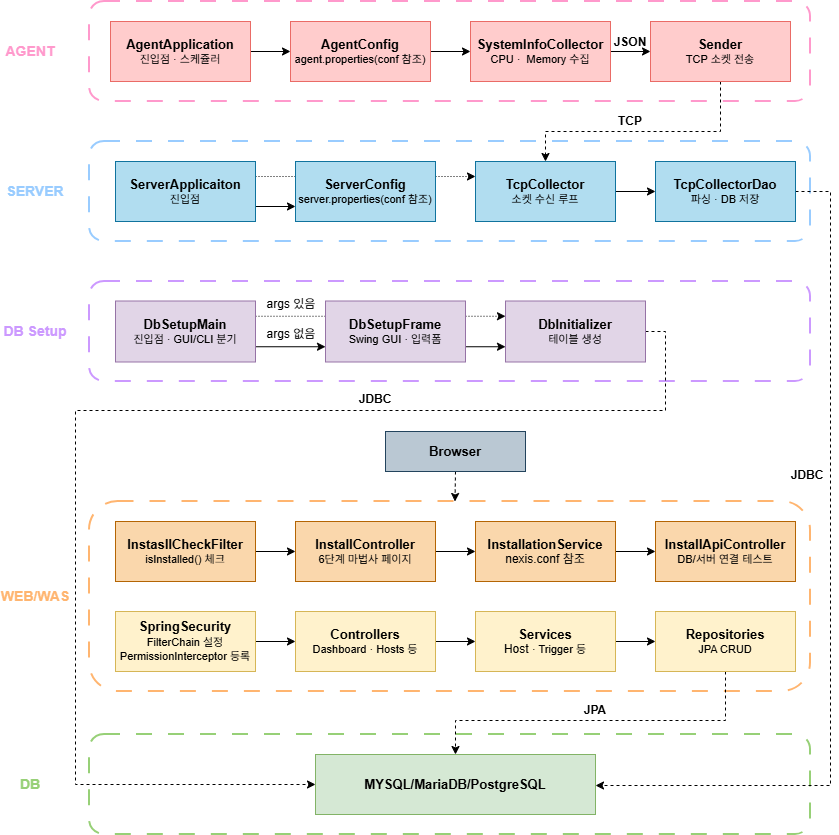
This is assets/img/설계도.drawio.png from Hyein-Park-git/Portfolio, a draw.io export, as it was before one commit. Source tidied: cells renumbered, new cells last; positions are measured from the earlier drawing's top-left corner, leaving out a move shared by most shapes.
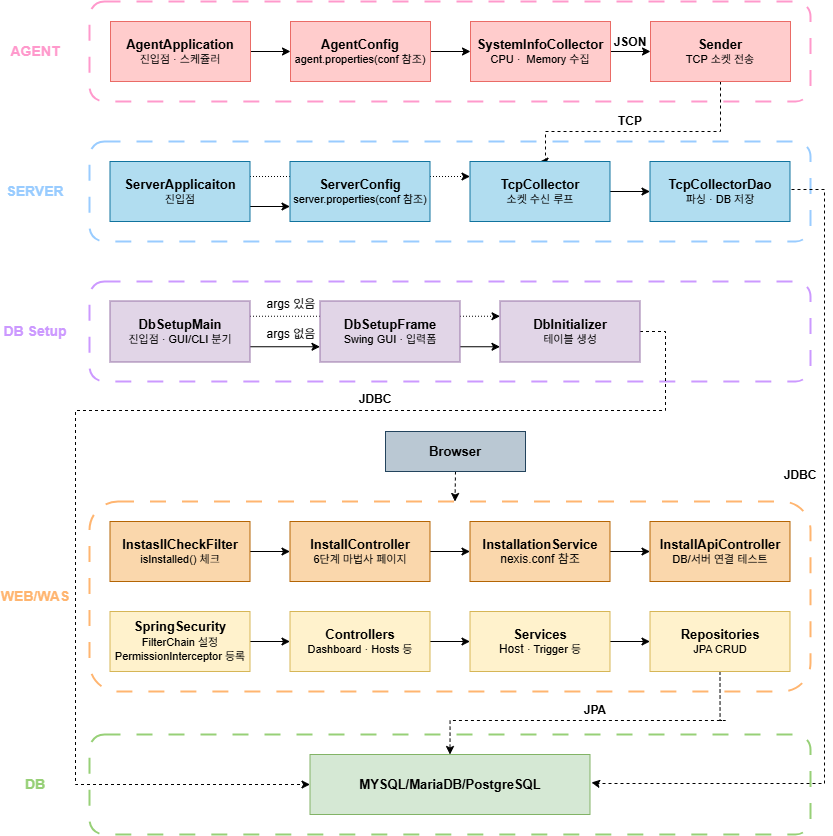
After the change.

The edit, as a diff of the source:
```diff
@@ -56,34 +56,37 @@
       <mxGeometry relative="1" as="geometry" />
     </mxCell>
     <mxCell id="18" value="&lt;font style=&quot;font-size: 13px;&quot;&gt;&lt;b style=&quot;&quot;&gt;ServerApplicaiton&lt;/b&gt;&lt;/font&gt;&lt;div&gt;&lt;font style=&quot;font-size: 11px;&quot;&gt;진입점&lt;/font&gt;&lt;/div&gt;" style="rounded=0;whiteSpace=wrap;html=1;fillColor=#b1ddf0;strokeColor=#10739e;" parent="1" vertex="1">
-      <mxGeometry x="115" y="160" width="140" height="60" as="geometry" />
+      <mxGeometry x="109.5" y="160" width="140" height="60" as="geometry" />
     </mxCell>
     <mxCell id="19" value="&lt;font style=&quot;font-size: 13px;&quot;&gt;&lt;b&gt;ServerConfig&lt;/b&gt;&lt;/font&gt;&lt;div&gt;&lt;font style=&quot;font-size: 11px;&quot;&gt;server.properties(conf 참조)&lt;/font&gt;&lt;/div&gt;" style="rounded=0;whiteSpace=wrap;html=1;fillColor=#b1ddf0;strokeColor=#10739e;" parent="1" vertex="1">
-      <mxGeometry x="295" y="160" width="140" height="60" as="geometry" />
+      <mxGeometry x="289.5" y="160" width="140" height="60" as="geometry" />
     </mxCell>
     <mxCell id="20" style="edgeStyle=orthogonalEdgeStyle;rounded=0;jettySize=auto;html=1;exitX=1;exitY=0.5;exitDx=0;exitDy=0;entryX=0;entryY=0.5;entryDx=0;entryDy=0;" parent="1" edge="1" source="21" target="23">
       <mxGeometry relative="1" as="geometry" />
     </mxCell>
     <mxCell id="21" value="&lt;font style=&quot;font-size: 13px;&quot;&gt;&lt;b&gt;TcpCollector&lt;/b&gt;&lt;/font&gt;&lt;div&gt;&lt;font style=&quot;font-size: 11px;&quot;&gt;소켓 수신 루프&lt;/font&gt;&lt;/div&gt;" style="rounded=0;whiteSpace=wrap;html=1;fillColor=#b1ddf0;strokeColor=#10739e;" parent="1" vertex="1">
-      <mxGeometry x="475" y="160" width="140" height="60" as="geometry" />
+      <mxGeometry x="469.5" y="160" width="140" height="60" as="geometry" />
     </mxCell>
-    <mxCell id="22" style="edgeStyle=orthogonalEdgeStyle;rounded=0;jettySize=auto;html=1;exitX=1;exitY=0.5;exitDx=0;exitDy=0;entryX=1;entryY=0.5;entryDx=0;entryDy=0;dashed=1;entryPerimeter=0;" parent="1" edge="1" source="23" target="45">
-      <mxGeometry relative="1" as="geometry">
-        <Array as="points">
-          <mxPoint x="830" y="190" />
-          <mxPoint x="830" y="784" />
-          <mxPoint x="595" y="784" />
-        </Array>
-      </mxGeometry>
-    </mxCell>
+    <mxCell id="60" style="edgeStyle=orthogonalEdgeStyle;rounded=0;orthogonalLoop=1;jettySize=auto;html=1;exitX=1;exitY=0.5;exitDx=0;exitDy=0;entryX=1;entryY=0.5;entryDx=0;entryDy=0;dashed=1;entryPerimeter=0;" parent="1" edge="1">
+      <mxGeometry relative="1" as="geometry">
+        <mxPoint x="791" y="188" as="sourcePoint" />
+        <mxPoint x="591" y="781" as="targetPoint" />
+        <Array as="points">
+          <mxPoint x="824" y="188" />
+          <mxPoint x="824" y="782" />
+          <mxPoint x="597" y="782" />
+          <mxPoint x="597" y="781" />
+        </Array>
+      </mxGeometry>
+    </mxCell>
     <mxCell id="23" value="&lt;font style=&quot;font-size: 13px;&quot;&gt;&lt;b&gt;TcpCollectorDao&lt;/b&gt;&lt;/font&gt;&lt;div&gt;&lt;font style=&quot;font-size: 11px;&quot;&gt;파싱&amp;nbsp;&lt;/font&gt;&lt;span style=&quot;font-size: 11px; background-color: transparent; color: light-dark(rgb(0, 0, 0), rgb(255, 255, 255));&quot;&gt;·&amp;nbsp;&lt;/span&gt;&lt;span style=&quot;font-size: 11px; background-color: transparent; color: light-dark(rgb(0, 0, 0), rgb(255, 255, 255));&quot;&gt;DB 저장&lt;/span&gt;&lt;/div&gt;" style="rounded=0;whiteSpace=wrap;html=1;fillColor=#b1ddf0;strokeColor=#10739e;" parent="1" vertex="1">
-      <mxGeometry x="655" y="160" width="140" height="60" as="geometry" />
+      <mxGeometry x="649.5" y="160" width="140" height="60" as="geometry" />
     </mxCell>
     <mxCell id="24" style="edgeStyle=orthogonalEdgeStyle;rounded=0;jettySize=auto;html=1;exitX=1;exitY=0.75;exitDx=0;exitDy=0;entryX=0;entryY=0.75;entryDx=0;entryDy=0;" parent="1" edge="1" source="25" target="27">
       <mxGeometry relative="1" as="geometry" />
     </mxCell>
     <mxCell id="25" value="&lt;b&gt;&lt;font style=&quot;font-size: 13px;&quot;&gt;DbSetupFrame&lt;/font&gt;&lt;/b&gt;&lt;div&gt;&lt;font style=&quot;font-size: 11px;&quot;&gt;Swing GUI&amp;nbsp;&lt;/font&gt;&lt;span style=&quot;font-size: 11px; background-color: transparent; color: light-dark(rgb(0, 0, 0), rgb(255, 255, 255));&quot;&gt;·&lt;/span&gt;&lt;span style=&quot;font-size: 11px; background-color: transparent; color: light-dark(rgb(0, 0, 0), rgb(255, 255, 255));&quot;&gt;&amp;nbsp;입력폼&lt;/span&gt;&lt;/div&gt;" style="rounded=0;whiteSpace=wrap;html=1;fillColor=#e1d5e7;strokeColor=#9673a6;" parent="1" vertex="1">
-      <mxGeometry x="325" y="299.5" width="140" height="61" as="geometry" />
+      <mxGeometry x="319.5" y="299.5" width="140" height="61" as="geometry" />
     </mxCell>
     <mxCell id="26" style="edgeStyle=orthogonalEdgeStyle;rounded=0;jettySize=auto;html=1;exitX=1;exitY=0.5;exitDx=0;exitDy=0;dashed=1;entryX=0;entryY=0.5;entryDx=0;entryDy=0;" parent="1" edge="1" source="27" target="45">
       <mxGeometry relative="1" as="geometry">
@@ -96,19 +99,19 @@
       </mxGeometry>
     </mxCell>
     <mxCell id="27" value="&lt;b&gt;&lt;font style=&quot;font-size: 13px;&quot;&gt;DbInitializer&lt;/font&gt;&lt;/b&gt;&lt;div&gt;&lt;font style=&quot;font-size: 11px;&quot;&gt;테이블 생성&lt;/font&gt;&lt;/div&gt;" style="rounded=0;whiteSpace=wrap;html=1;fillColor=#e1d5e7;strokeColor=#9673a6;" parent="1" vertex="1">
-      <mxGeometry x="505" y="299.5" width="140" height="61" as="geometry" />
+      <mxGeometry x="499.5" y="299.5" width="140" height="61" as="geometry" />
     </mxCell>
     <mxCell id="28" style="edgeStyle=orthogonalEdgeStyle;rounded=0;jettySize=auto;html=1;exitX=1;exitY=0.5;exitDx=0;exitDy=0;" parent="1" edge="1" source="29" target="33">
       <mxGeometry relative="1" as="geometry" />
     </mxCell>
     <mxCell id="29" value="&lt;b&gt;&lt;font style=&quot;font-size: 13px;&quot;&gt;InstasllCheckFilter&lt;/font&gt;&lt;/b&gt;&lt;div&gt;&lt;font style=&quot;font-size: 11px;&quot;&gt;isInstalled() 체크&lt;/font&gt;&lt;/div&gt;" style="rounded=0;whiteSpace=wrap;html=1;fillColor=#fad7ac;strokeColor=#b46504;" parent="1" vertex="1">
-      <mxGeometry x="115" y="520" width="140" height="60" as="geometry" />
+      <mxGeometry x="109.5" y="520" width="140" height="60" as="geometry" />
     </mxCell>
-    <mxCell id="30" style="edgeStyle=orthogonalEdgeStyle;rounded=0;jettySize=auto;html=1;exitX=0.5;exitY=1;exitDx=0;exitDy=0;entryX=0.5;entryY=0;entryDx=0;entryDy=0;dashed=1;" parent="1" edge="1" source="31">
-      <mxGeometry relative="1" as="geometry">
-        <mxPoint x="454.5" y="500" as="targetPoint" />
-      </mxGeometry>
-    </mxCell>
+    <mxCell id="61" style="edgeStyle=orthogonalEdgeStyle;rounded=0;jettySize=auto;html=1;exitX=0.5;exitY=1;exitDx=0;exitDy=0;entryX=0.5;entryY=0;entryDx=0;entryDy=0;dashed=1;" parent="1" edge="1" source="31">
+      <mxGeometry relative="1" as="geometry">
+        <mxPoint x="454.5" y="500" as="targetPoint" />
+      </mxGeometry>
+    </mxCell>
     <mxCell id="31" value="&lt;b&gt;&lt;font style=&quot;font-size: 13px;&quot;&gt;Browser&lt;/font&gt;&lt;/b&gt;" style="rounded=0;whiteSpace=wrap;html=1;fillColor=#bac8d3;strokeColor=#23445d;" parent="1" vertex="1">
       <mxGeometry x="385" y="430" width="140" height="40" as="geometry" />
     </mxCell>
@@ -116,34 +119,34 @@
       <mxGeometry relative="1" as="geometry" />
     </mxCell>
     <mxCell id="33" value="&lt;b&gt;&lt;font style=&quot;font-size: 13px;&quot;&gt;InstallController&lt;/font&gt;&lt;/b&gt;&lt;div&gt;&lt;font style=&quot;font-size: 11px;&quot;&gt;6단계 마법사 페이지&lt;/font&gt;&lt;/div&gt;" style="rounded=0;whiteSpace=wrap;html=1;fillColor=#fad7ac;strokeColor=#b46504;" parent="1" vertex="1">
-      <mxGeometry x="295" y="520" width="140" height="60" as="geometry" />
+      <mxGeometry x="289.5" y="520" width="140" height="60" as="geometry" />
     </mxCell>
     <mxCell id="34" style="edgeStyle=orthogonalEdgeStyle;rounded=0;jettySize=auto;html=1;exitX=1;exitY=0.5;exitDx=0;exitDy=0;entryX=0;entryY=0.5;entryDx=0;entryDy=0;" parent="1" edge="1" source="35" target="36">
       <mxGeometry relative="1" as="geometry" />
     </mxCell>
     <mxCell id="35" value="&lt;b&gt;&lt;font style=&quot;font-size: 13px;&quot;&gt;InstallationService&lt;/font&gt;&lt;/b&gt;&lt;div&gt;nexis.conf 참조&lt;/div&gt;" style="rounded=0;whiteSpace=wrap;html=1;fillColor=#fad7ac;strokeColor=#b46504;" parent="1" vertex="1">
-      <mxGeometry x="475" y="520" width="140" height="60" as="geometry" />
+      <mxGeometry x="469.5" y="520" width="140" height="60" as="geometry" />
     </mxCell>
     <mxCell id="36" value="&lt;b&gt;&lt;font style=&quot;font-size: 13px;&quot;&gt;InstallApiController&lt;/font&gt;&lt;/b&gt;&lt;div&gt;&lt;font style=&quot;font-size: 11px;&quot;&gt;DB/서버 연결 테스트&lt;/font&gt;&lt;/div&gt;" style="rounded=0;whiteSpace=wrap;html=1;fillColor=#fad7ac;strokeColor=#b46504;" parent="1" vertex="1">
-      <mxGeometry x="655" y="520" width="140" height="60" as="geometry" />
+      <mxGeometry x="649.5" y="520" width="140" height="60" as="geometry" />
     </mxCell>
     <mxCell id="37" style="edgeStyle=orthogonalEdgeStyle;rounded=0;jettySize=auto;html=1;exitX=1;exitY=0.5;exitDx=0;exitDy=0;" parent="1" edge="1" source="38" target="40">
       <mxGeometry relative="1" as="geometry" />
     </mxCell>
     <mxCell id="38" value="&lt;b&gt;&lt;font style=&quot;font-size: 13px;&quot;&gt;SpringSecurity&lt;/font&gt;&lt;/b&gt;&lt;div&gt;&lt;font style=&quot;font-size: 11px;&quot;&gt;FilterChain 설정&lt;/font&gt;&lt;/div&gt;&lt;div&gt;&lt;font style=&quot;font-size: 11px;&quot;&gt;PermissionInterceptor 등록&lt;/font&gt;&lt;/div&gt;" style="rounded=0;whiteSpace=wrap;html=1;fillColor=#fff2cc;strokeColor=#d6b656;" parent="1" vertex="1">
-      <mxGeometry x="115" y="610" width="140" height="60" as="geometry" />
+      <mxGeometry x="109.5" y="610" width="140" height="60" as="geometry" />
     </mxCell>
     <mxCell id="39" style="edgeStyle=orthogonalEdgeStyle;rounded=0;jettySize=auto;html=1;exitX=1;exitY=0.5;exitDx=0;exitDy=0;" parent="1" edge="1" source="40" target="42">
       <mxGeometry relative="1" as="geometry" />
     </mxCell>
     <mxCell id="40" value="&lt;b&gt;&lt;font style=&quot;font-size: 13px;&quot;&gt;Controllers&lt;/font&gt;&lt;/b&gt;&lt;div&gt;&lt;font style=&quot;font-size: 11px;&quot;&gt;Dashboard&amp;nbsp;&lt;/font&gt;&lt;span style=&quot;font-size: 11px; background-color: transparent; color: light-dark(rgb(0, 0, 0), rgb(255, 255, 255));&quot;&gt;· Hosts&amp;nbsp;&lt;/span&gt;&lt;span style=&quot;background-color: transparent; color: light-dark(rgb(0, 0, 0), rgb(255, 255, 255)); font-size: 11px;&quot;&gt;등&lt;/span&gt;&lt;/div&gt;" style="rounded=0;whiteSpace=wrap;html=1;fillColor=#fff2cc;strokeColor=#d6b656;" parent="1" vertex="1">
-      <mxGeometry x="295" y="610" width="140" height="60" as="geometry" />
+      <mxGeometry x="289.5" y="610" width="140" height="60" as="geometry" />
     </mxCell>
     <mxCell id="41" style="edgeStyle=orthogonalEdgeStyle;rounded=0;jettySize=auto;html=1;exitX=1;exitY=0.5;exitDx=0;exitDy=0;" parent="1" edge="1" source="42" target="44">
       <mxGeometry relative="1" as="geometry" />
     </mxCell>
     <mxCell id="42" value="&lt;b&gt;&lt;font style=&quot;font-size: 13px;&quot;&gt;Services&lt;/font&gt;&lt;/b&gt;&lt;div&gt;Host&amp;nbsp;&lt;span style=&quot;font-size: 11px; background-color: transparent; color: light-dark(rgb(0, 0, 0), rgb(255, 255, 255));&quot;&gt;· Trigger&amp;nbsp;&lt;/span&gt;&lt;span style=&quot;font-size: 11px; background-color: transparent; color: light-dark(rgb(0, 0, 0), rgb(255, 255, 255));&quot;&gt;등&lt;/span&gt;&lt;/div&gt;" style="rounded=0;whiteSpace=wrap;html=1;fillColor=#fff2cc;strokeColor=#d6b656;" parent="1" vertex="1">
-      <mxGeometry x="475" y="610" width="140" height="60" as="geometry" />
+      <mxGeometry x="469.5" y="610" width="140" height="60" as="geometry" />
     </mxCell>
     <mxCell id="43" style="edgeStyle=orthogonalEdgeStyle;rounded=0;jettySize=auto;html=1;exitX=0.5;exitY=1;exitDx=0;exitDy=0;entryX=0.5;entryY=0;entryDx=0;entryDy=0;dashed=1;" parent="1" edge="1" source="44" target="45">
       <mxGeometry relative="1" as="geometry">
@@ -154,10 +157,10 @@
       </mxGeometry>
     </mxCell>
     <mxCell id="44" value="&lt;b&gt;&lt;font style=&quot;font-size: 13px;&quot;&gt;Repositories&lt;/font&gt;&lt;/b&gt;&lt;div&gt;&lt;font style=&quot;font-size: 11px;&quot;&gt;JPA CRUD&lt;/font&gt;&lt;/div&gt;" style="rounded=0;whiteSpace=wrap;html=1;fillColor=#fff2cc;strokeColor=#d6b656;" parent="1" vertex="1">
-      <mxGeometry x="655" y="610" width="140" height="60" as="geometry" />
+      <mxGeometry x="649.5" y="610" width="140" height="60" as="geometry" />
     </mxCell>
     <mxCell id="45" value="&lt;b&gt;&lt;font style=&quot;font-size: 13px;&quot;&gt;MYSQL/MariaDB/PostgreSQL&lt;/font&gt;&lt;/b&gt;" style="rounded=0;whiteSpace=wrap;html=1;fillColor=#d5e8d4;strokeColor=#82b366;" parent="1" vertex="1">
-      <mxGeometry x="315" y="753" width="280" height="60" as="geometry" />
+      <mxGeometry x="309.5" y="753" width="280" height="60" as="geometry" />
     </mxCell>
     <mxCell id="46" value="&lt;b&gt;TCP&lt;/b&gt;" style="text;html=1;whiteSpace=wrap;strokeColor=none;fillColor=none;align=center;verticalAlign=middle;rounded=0;" parent="1" vertex="1">
       <mxGeometry x="595" y="110" width="70" height="20" as="geometry" />
@@ -169,7 +172,7 @@
       <mxGeometry x="565" y="694" width="60" height="30" as="geometry" />
     </mxCell>
     <mxCell id="49" value="&lt;b&gt;&lt;font style=&quot;color: rgb(255, 153, 204); font-size: 14px;&quot;&gt;AGENT&lt;/font&gt;&lt;/b&gt;" style="text;html=1;whiteSpace=wrap;strokeColor=none;fillColor=none;align=center;verticalAlign=middle;rounded=0;" parent="1" vertex="1">
-      <mxGeometry y="35" width="60" height="30" as="geometry" />
+      <mxGeometry x="5" y="35" width="60" height="30" as="geometry" />
     </mxCell>
     <mxCell id="50" value="&lt;font style=&quot;color: rgb(153, 204, 255); font-size: 14px;&quot;&gt;&lt;b&gt;SERVER&lt;/b&gt;&lt;/font&gt;" style="text;html=1;whiteSpace=wrap;strokeColor=none;fillColor=none;align=center;verticalAlign=middle;rounded=0;" parent="1" vertex="1">
       <mxGeometry x="5" y="175" width="60" height="30" as="geometry" />
@@ -178,10 +181,10 @@
       <mxGeometry x="5" y="580" width="60" height="30" as="geometry" />
     </mxCell>
     <mxCell id="52" value="&lt;font style=&quot;color: rgb(151, 208, 119); font-size: 14px;&quot;&gt;&lt;b&gt;DB&lt;/b&gt;&lt;/font&gt;" style="text;html=1;whiteSpace=wrap;strokeColor=none;fillColor=none;align=center;verticalAlign=middle;rounded=0;" parent="1" vertex="1">
-      <mxGeometry y="768" width="60" height="30" as="geometry" />
+      <mxGeometry x="5" y="768" width="60" height="30" as="geometry" />
     </mxCell>
     <mxCell id="53" value="&lt;b&gt;JDBC&lt;/b&gt;" style="text;html=1;whiteSpace=wrap;strokeColor=none;fillColor=none;align=center;verticalAlign=middle;rounded=0;" parent="1" vertex="1">
-      <mxGeometry x="777" y="459" width="60" height="30" as="geometry" />
+      <mxGeometry x="770" y="459" width="60" height="30" as="geometry" />
     </mxCell>
     <mxCell id="54" value="&lt;font style=&quot;font-size: 14px; color: rgb(204, 153, 255);&quot;&gt;&lt;b style=&quot;&quot;&gt;DB Setup&lt;/b&gt;&lt;/font&gt;" style="text;html=1;whiteSpace=wrap;strokeColor=none;fillColor=none;align=center;verticalAlign=middle;rounded=0;" parent="1" vertex="1">
       <mxGeometry y="315" width="70" height="30" as="geometry" />
@@ -190,7 +193,7 @@
       <mxGeometry relative="1" as="geometry" />
     </mxCell>
     <mxCell id="56" value="&lt;b&gt;&lt;font style=&quot;font-size: 13px;&quot;&gt;DbSetupMain&lt;/font&gt;&lt;/b&gt;&lt;div&gt;&lt;font style=&quot;font-size: 11px;&quot;&gt;진입점&amp;nbsp;&lt;/font&gt;&lt;span style=&quot;font-size: 11px; background-color: transparent; color: light-dark(rgb(0, 0, 0), rgb(255, 255, 255));&quot;&gt;·&amp;nbsp;&lt;/span&gt;&lt;span style=&quot;font-size: 11px; background-color: transparent; color: light-dark(rgb(0, 0, 0), rgb(255, 255, 255));&quot;&gt;GUI/CLI 분기&lt;/span&gt;&lt;/div&gt;" style="rounded=0;whiteSpace=wrap;html=1;fillColor=#e1d5e7;strokeColor=#9673a6;" parent="1" vertex="1">
-      <mxGeometry x="115" y="299.5" width="140" height="61" as="geometry" />
+      <mxGeometry x="109.5" y="299.5" width="140" height="61" as="geometry" />
     </mxCell>
     <mxCell id="57" value="args 없음" style="text;html=1;whiteSpace=wrap;strokeColor=none;fillColor=none;align=center;verticalAlign=middle;rounded=0;" parent="1" vertex="1">
       <mxGeometry x="261" y="318" width="60" height="30" as="geometry" />
```
